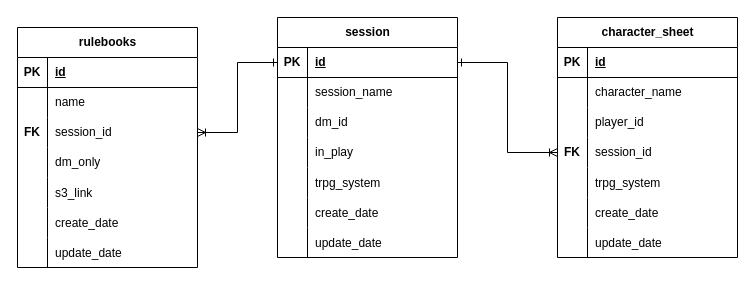
This is page "RPGTracker - Core" (1 of 4) of databasemodel.drawio from hannaBanannaOF/hbsites-architecture, a draw.io file, before an edit. Source tidied: cells renumbered, new cells numbered last; positions are measured from the earlier drawing's top-left corner, leaving out a move shared by most shapes. Both pictures are drawn from the tidied source at 100%, with x=0, y=0 at pixel (17, 17).
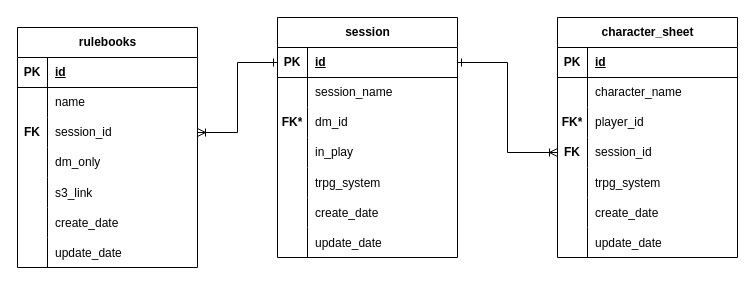
Above is the later version.

Unchanged cells that the change refers to:
```xml
<mxCell id="9" style="shape=tableRow;horizontal=0;startSize=0;swimlaneHead=0;swimlaneBody=0;fillColor=none;top=0;left=0;right=0;bottom=0;" parent="2" vertex="1">
  <mxGeometry y="90" width="180" height="30" as="geometry" />
</mxCell>
<mxCell id="31" style="shape=tableRow;horizontal=0;startSize=0;swimlaneHead=0;swimlaneBody=0;fillColor=none;top=0;left=0;right=0;bottom=0;" parent="24" vertex="1">
  <mxGeometry y="90" width="180" height="30" as="geometry" />
</mxCell>
```

Diff of the diagram source:
```diff
@@
-    <mxCell id="10" style="shape=partialRectangle;fillColor=none;top=0;left=0;bottom=0;right=0;overflow=hidden;whiteSpace=wrap;html=1;" parent="9" vertex="1">
+    <mxCell id="10" value="&lt;b&gt;FK*&lt;/b&gt;" style="shape=partialRectangle;fillColor=none;top=0;left=0;bottom=0;right=0;overflow=hidden;whiteSpace=wrap;html=1;" parent="9" vertex="1">
       <mxGeometry width="30" height="30" as="geometry" />
     </mxCell>
@@
-    <mxCell id="32" style="shape=partialRectangle;fillColor=none;top=0;left=0;bottom=0;right=0;overflow=hidden;whiteSpace=wrap;html=1;" parent="31" vertex="1">
+    <mxCell id="32" value="&lt;b&gt;FK*&lt;/b&gt;" style="shape=partialRectangle;fillColor=none;top=0;left=0;bottom=0;right=0;overflow=hidden;whiteSpace=wrap;html=1;" parent="31" vertex="1">
       <mxGeometry width="30" height="30" as="geometry" />
     </mxCell>
```
